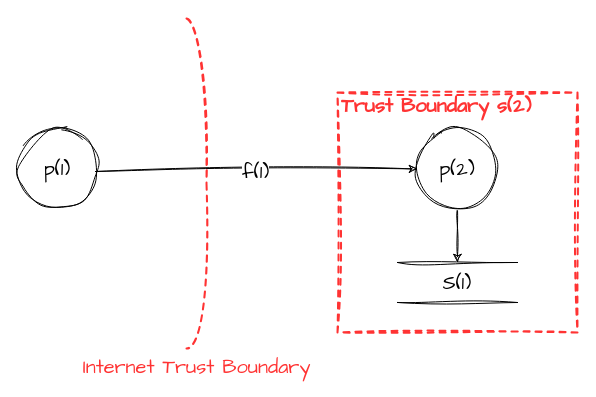
Jim-Sweeting/Drawio keeps this draw.io diagram as threat-model-OWASP-example.drawio. Above is the earlier version. Source tidied: cells renumbered, new cells numbered last; positions are measured from the earlier drawing's top-left corner, leaving out a move shared by most shapes. Both pictures are drawn from the tidied source at 100%, with x=0, y=0 at pixel (17, 18).
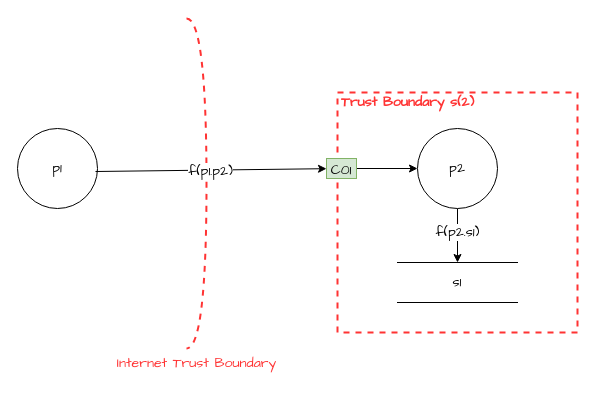
Above is the later version.

The edit, as a diff of the source:
```diff
@@
 <mxGraphModel>
   <root>
     <mxCell id="0" />
     <mxCell id="1" parent="0" />
-    <mxCell id="2" value="p(1)" style="ellipse;whiteSpace=wrap;html=1;hachureGap=4;fontFamily=Architects Daughter;fontSize=20;rounded=0;sketch=1;curveFitting=1;jiggle=2;" parent="1" vertex="1">
+    <mxCell id="2" value="p1" style="ellipse;whiteSpace=wrap;html=1;hachureGap=4;fontFamily=Architects Daughter;fontSize=14;rounded=0;" parent="1" vertex="1">
       <mxGeometry y="110" width="80" height="80" as="geometry" />
     </mxCell>
-    <mxCell id="3" value="Trust Boundary s(2)" style="html=1;fontColor=#FF3333;fontStyle=1;align=left;verticalAlign=top;spacing=0;labelBorderColor=none;fillColor=none;dashed=1;strokeWidth=2;strokeColor=#FF3333;spacingLeft=4;spacingTop=-3;hachureGap=4;fontFamily=Architects Daughter;fontSize=20;rounded=0;sketch=1;curveFitting=1;jiggle=2;" parent="1" vertex="1">
+    <mxCell id="3" value="Trust Boundary s(2)" style="html=1;fontColor=#FF3333;fontStyle=1;align=left;verticalAlign=top;spacing=0;labelBorderColor=none;fillColor=none;dashed=1;strokeWidth=2;strokeColor=#FF3333;spacingLeft=4;spacingTop=-3;hachureGap=4;fontFamily=Architects Daughter;fontSize=14;rounded=0;" parent="1" vertex="1">
       <mxGeometry x="320" y="74" width="240" height="240" as="geometry" />
     </mxCell>
-    <mxCell id="4" style="edgeStyle=orthogonalEdgeStyle;rounded=0;hachureGap=4;jettySize=auto;html=1;fontFamily=Architects Daughter;fontSize=16;sketch=1;curveFitting=1;jiggle=2;" parent="1" edge="1" source="5" target="6">
+    <mxCell id="4" style="edgeStyle=orthogonalEdgeStyle;rounded=0;hachureGap=4;jettySize=auto;html=1;fontFamily=Architects Daughter;fontSize=14;" parent="1" edge="1" source="5" target="6">
       <mxGeometry relative="1" as="geometry" />
     </mxCell>
+    <mxCell id="10" value="f(p2.s1)" style="edgeLabel;html=1;align=center;verticalAlign=middle;fontFamily=Architects Daughter;fontSize=14;" parent="4" vertex="1">
+      <mxGeometry x="-0.15" y="-1" relative="1" as="geometry" />
+    </mxCell>
-    <mxCell id="5" value="p(2)" style="ellipse;whiteSpace=wrap;html=1;hachureGap=4;fontFamily=Architects Daughter;fontSize=20;rounded=0;sketch=1;curveFitting=1;jiggle=2;" parent="1" vertex="1">
+    <mxCell id="5" value="p2" style="ellipse;whiteSpace=wrap;html=1;hachureGap=4;fontFamily=Architects Daughter;fontSize=14;rounded=0;" parent="1" vertex="1">
       <mxGeometry x="400" y="110" width="80" height="80" as="geometry" />
     </mxCell>
-    <mxCell id="6" value="S(1)" style="shape=partialRectangle;whiteSpace=wrap;html=1;left=0;right=0;fillColor=none;hachureGap=4;fontFamily=Architects Daughter;fontSize=20;rounded=0;sketch=1;curveFitting=1;jiggle=2;" parent="1" vertex="1">
+    <mxCell id="6" value="s1" style="shape=partialRectangle;whiteSpace=wrap;html=1;left=0;right=0;fillColor=none;hachureGap=4;fontFamily=Architects Daughter;fontSize=14;rounded=0;" parent="1" vertex="1">
       <mxGeometry x="380" y="244" width="120" height="40" as="geometry" />
     </mxCell>
-    <mxCell id="7" style="endArrow=classic;html=1;fontColor=#FF3333;rounded=0;hachureGap=4;fontFamily=Architects Daughter;fontSize=16;sketch=1;curveFitting=1;jiggle=2;" parent="1" edge="1" target="5">
-      <mxGeometry relative="1" as="geometry">
-        <mxPoint x="78" y="153" as="sourcePoint" />
-      </mxGeometry>
+    <mxCell id="7" style="endArrow=classic;html=1;fontColor=#FF3333;rounded=0;hachureGap=4;fontFamily=Architects Daughter;fontSize=14;" parent="1" edge="1" source="13" target="5">
+      <mxGeometry relative="1" as="geometry" />
     </mxCell>
-    <mxCell id="8" value="f(1)" style="edgeLabel;html=1;align=center;verticalAlign=middle;fontSize=20;fontFamily=Architects Daughter;rounded=0;sketch=1;curveFitting=1;jiggle=2;" parent="7" vertex="1">
-      <mxGeometry x="-0.01" y="-1" relative="1" as="geometry" />
-    </mxCell>
-    <mxCell id="9" value="Internet Trust Boundary" style="shape=requiredInterface;html=1;verticalLabelPosition=bottom;dashed=1;strokeColor=#FF3333;strokeWidth=2;fillColor=none;fontColor=#FF3333;align=center;verticalAlign=top;labelPosition=center;sketch=1;hachureGap=4;jiggle=2;curveFitting=1;fontFamily=Architects Daughter;fontSize=20;" parent="1" vertex="1">
+    <mxCell id="9" value="Internet Trust Boundary" style="shape=requiredInterface;html=1;verticalLabelPosition=bottom;dashed=1;strokeColor=#FF3333;strokeWidth=2;fillColor=none;fontColor=#FF3333;align=center;verticalAlign=top;labelPosition=center;hachureGap=4;fontFamily=Architects Daughter;fontSize=14;" parent="1" vertex="1">
       <mxGeometry x="169" width="20" height="330" as="geometry" />
     </mxCell>
+    <mxCell id="11" style="endArrow=classic;html=1;fontColor=#FF3333;rounded=0;hachureGap=4;fontFamily=Architects Daughter;fontSize=14;" parent="1" edge="1" target="13">
+      <mxGeometry relative="1" as="geometry">
+        <mxPoint x="78" y="153" as="sourcePoint" />
+      </mxGeometry>
+    </mxCell>
+    <mxCell id="12" value="f(p1.p2)" style="edgeLabel;html=1;align=center;verticalAlign=middle;fontSize=14;fontFamily=Architects Daughter;rounded=0;" parent="11" vertex="1">
+      <mxGeometry x="-0.01" y="-1" relative="1" as="geometry" />
+    </mxCell>
+    <mxCell id="13" value="&lt;font face=&quot;Architects Daughter&quot; style=&quot;font-size: 14px;&quot;&gt;C01&lt;/font&gt;" style="text;html=1;strokeColor=#82b366;fillColor=#d5e8d4;align=center;verticalAlign=middle;whiteSpace=wrap;overflow=hidden;fontSize=14;" parent="1" vertex="1">
+      <mxGeometry x="309" y="140" width="30" height="20" as="geometry" />
+    </mxCell>
   </root>
 </mxGraphModel>
```
